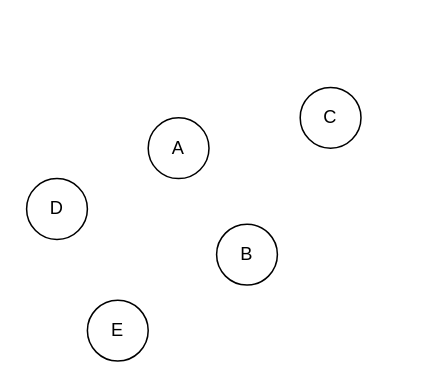
semihhdemirel/semihhdemirel keeps this draw.io diagram as graphs.drawio. Above is the earlier version. Source tidied: cells renumbered, new cells numbered last; positions are measured from the earlier drawing's top-left corner, leaving out a move shared by most shapes. Both pictures are drawn from the tidied source at 152%, with x=0, y=0 at pixel (26, 87).
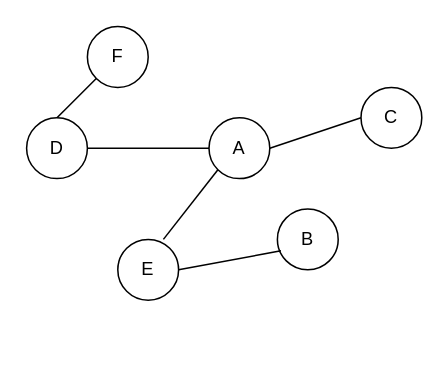
After the change.

Diff of the diagram source:
```diff
@@
 <mxGraphModel>
   <root>
     <mxCell id="0" />
     <mxCell id="1" parent="0" />
     <mxCell id="2" value="A" style="ellipse;whiteSpace=wrap;html=1;" parent="1" vertex="1">
-      <mxGeometry x="80" y="20" width="40" height="40" as="geometry" />
+      <mxGeometry x="120" y="20" width="40" height="40" as="geometry" />
     </mxCell>
     <mxCell id="3" value="B" style="ellipse;whiteSpace=wrap;html=1;" parent="1" vertex="1">
-      <mxGeometry x="125" y="90" width="40" height="40" as="geometry" />
+      <mxGeometry x="165" y="80" width="40" height="40" as="geometry" />
     </mxCell>
     <mxCell id="4" value="C" style="ellipse;whiteSpace=wrap;html=1;" parent="1" vertex="1">
-      <mxGeometry x="180" width="40" height="40" as="geometry" />
+      <mxGeometry x="220" width="40" height="40" as="geometry" />
     </mxCell>
     <mxCell id="5" value="D" style="ellipse;whiteSpace=wrap;html=1;" parent="1" vertex="1">
-      <mxGeometry y="60" width="40" height="40" as="geometry" />
+      <mxGeometry y="20" width="40" height="40" as="geometry" />
     </mxCell>
     <mxCell id="6" value="E" style="ellipse;whiteSpace=wrap;html=1;" parent="1" vertex="1">
-      <mxGeometry x="40" y="140" width="40" height="40" as="geometry" />
+      <mxGeometry x="60" y="100" width="40" height="40" as="geometry" />
     </mxCell>
+    <mxCell id="7" value="F" style="ellipse;whiteSpace=wrap;html=1;" parent="1" vertex="1">
+      <mxGeometry x="40" y="-40" width="40" height="40" as="geometry" />
+    </mxCell>
+    <mxCell id="8" style="endArrow=none;html=1;rounded=0;entryX=0;entryY=0.5;entryDx=0;entryDy=0;" parent="1" edge="1" target="2">
+      <mxGeometry relative="1" as="geometry">
+        <mxPoint x="40" y="40" as="sourcePoint" />
+      </mxGeometry>
+    </mxCell>
+    <mxCell id="9" style="endArrow=none;html=1;rounded=0;entryX=0;entryY=1;entryDx=0;entryDy=0;" parent="1" edge="1" target="7">
+      <mxGeometry relative="1" as="geometry">
+        <mxPoint x="20" y="20" as="sourcePoint" />
+      </mxGeometry>
+    </mxCell>
+    <mxCell id="10" style="endArrow=none;html=1;rounded=0;entryX=0;entryY=0.5;entryDx=0;entryDy=0;" parent="1" edge="1" target="4">
+      <mxGeometry relative="1" as="geometry">
+        <mxPoint x="160" y="40" as="sourcePoint" />
+      </mxGeometry>
+    </mxCell>
+    <mxCell id="11" style="endArrow=none;html=1;rounded=0;entryX=0.058;entryY=0.688;entryDx=0;entryDy=0;entryPerimeter=0;" parent="1" edge="1" target="3">
+      <mxGeometry relative="1" as="geometry">
+        <mxPoint x="100" y="120" as="sourcePoint" />
+      </mxGeometry>
+    </mxCell>
+    <mxCell id="12" style="endArrow=none;html=1;rounded=0;entryX=0;entryY=1;entryDx=0;entryDy=0;" parent="1" edge="1" target="2">
+      <mxGeometry relative="1" as="geometry">
+        <mxPoint x="90" y="100" as="sourcePoint" />
+      </mxGeometry>
+    </mxCell>
   </root>
 </mxGraphModel>
```
